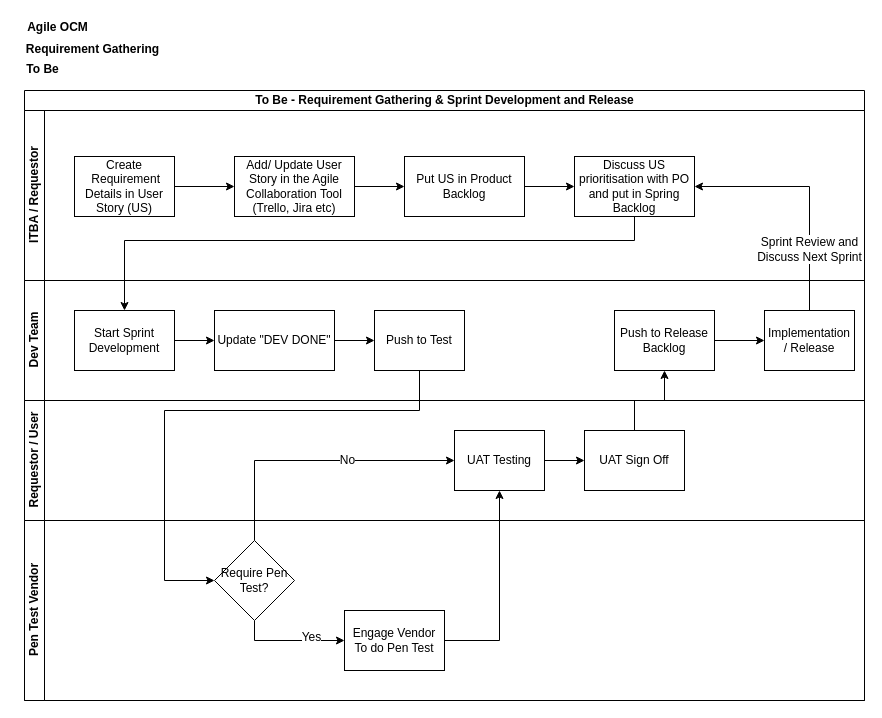
pspluse007/ITBADOC keeps this draw.io diagram as page "Page-3" (3 of 3) of Untitled Diagram.drawio. Above is the earlier version. Source tidied: cells renumbered, new cells numbered last; positions are measured from the earlier drawing's top-left corner, leaving out a move shared by most shapes. Both pictures are drawn from the tidied source at 100%, with x=0, y=0 at pixel (17, 17).
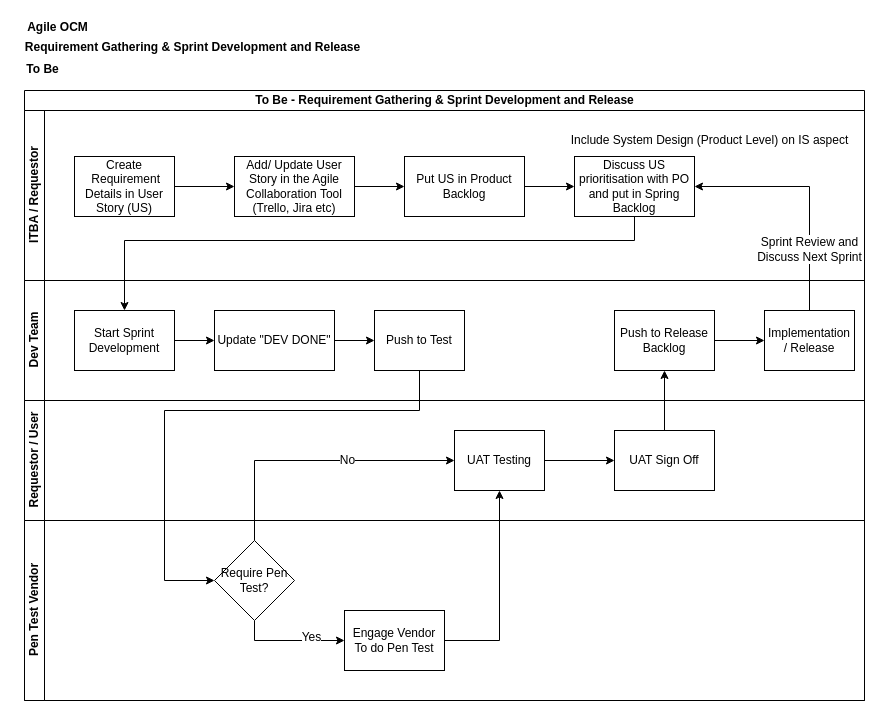
After the change.

Unchanged cells that the change refers to:
```xml
<mxCell id="3" value="ITBA / Requestor" style="swimlane;html=1;startSize=20;horizontal=0;" parent="2" vertex="1">
  <mxGeometry y="20" width="840" height="170" as="geometry" />
</mxCell>
<mxCell id="20" value="Requestor / User" style="swimlane;html=1;startSize=20;horizontal=0;" parent="2" vertex="1">
  <mxGeometry y="310" width="840" height="120" as="geometry" />
</mxCell>
```

Diff of the diagram source:
```diff
@@
+    <mxCell id="40" value="Include&amp;nbsp;System Design (Product Level) on IS aspect" style="text;html=1;align=center;verticalAlign=middle;fillColor=none;strokeColor=none;rounded=0;" parent="3" vertex="1">
+      <mxGeometry x="540" y="20" width="290" height="20" as="geometry" />
+    </mxCell>
@@
     <mxCell id="23" value="UAT Sign Off" style="rounded=0;whiteSpace=wrap;html=1;" parent="20" vertex="1">
-      <mxGeometry x="560" y="30" width="100" height="60" as="geometry" />
+      <mxGeometry x="590" y="30" width="100" height="60" as="geometry" />
     </mxCell>
@@
-    <mxCell id="38" value="&lt;span style=&quot;font-weight: bold&quot;&gt;Requirement Gathering&lt;/span&gt;" style="text;html=1;align=center;verticalAlign=middle;fillColor=none;strokeColor=none;rounded=0;" parent="1" vertex="1">
-      <mxGeometry y="22" width="150" height="20" as="geometry" />
+    <mxCell id="38" value="&lt;span style=&quot;font-weight: bold&quot;&gt;Requirement Gathering &amp;amp; Sprint Development and Release&lt;/span&gt;" style="text;html=1;align=center;verticalAlign=middle;fillColor=none;strokeColor=none;rounded=0;" parent="1" vertex="1">
+      <mxGeometry y="20" width="350" height="20" as="geometry" />
     </mxCell>
```
